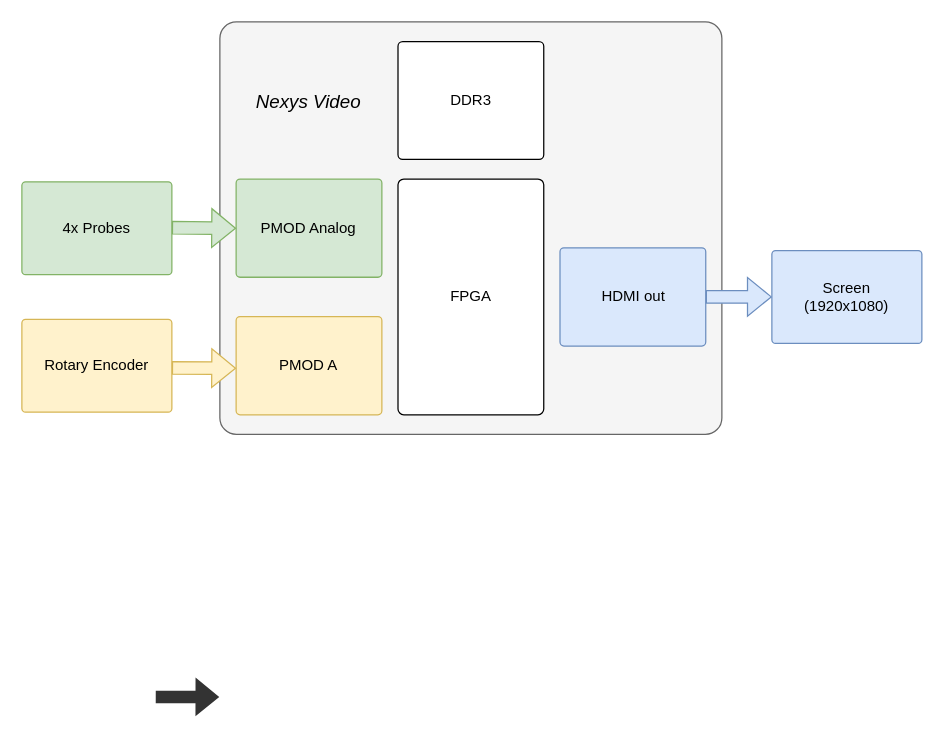
The draw.io diagram docs/general_diagram.drawio in Eleczoo/Quickscope, before the edit. Source tidied: cells renumbered, new cells numbered last; positions are measured from the earlier drawing's top-left corner, leaving out a move shared by most shapes. Both pictures are drawn from the tidied source at 125%, with x=0, y=0 at pixel (21, 21).
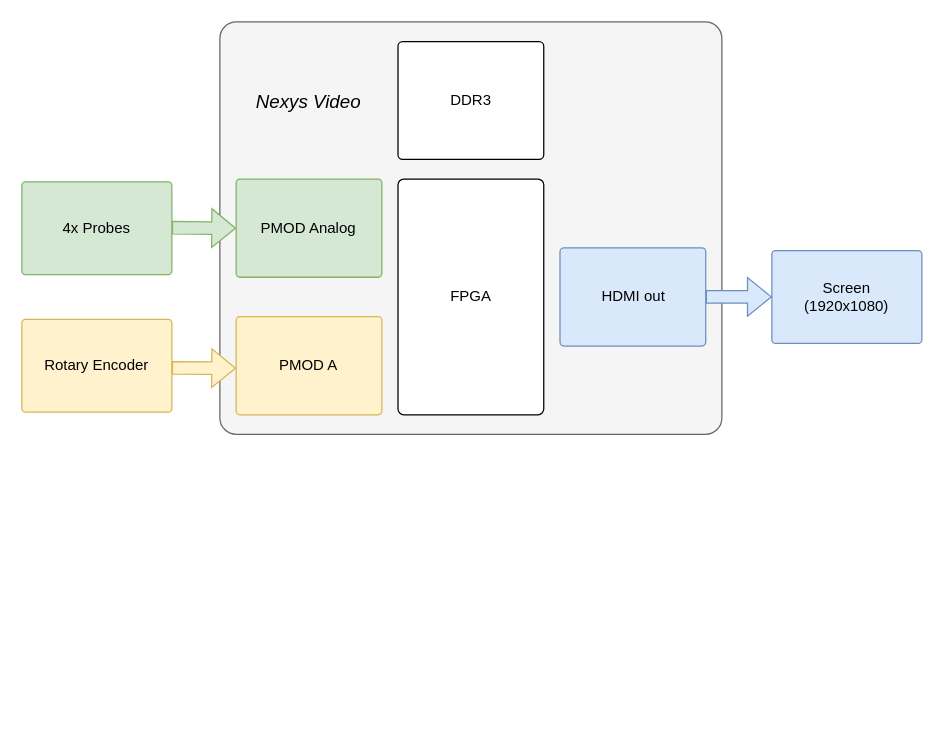
The same diagram, later.

Commit message (it also covers changes not shown here):
Fixed general schematic

The edit, as a diff of the source:
```diff
@@
 <mxGraphModel>
   <root>
     <mxCell id="0" />
     <mxCell id="1" parent="0" />
     <mxCell id="2" style="rounded=1;whiteSpace=wrap;html=1;arcSize=4;fillColor=#f5f5f5;fontColor=#333333;strokeColor=#666666;" parent="1" vertex="1">
       <mxGeometry x="158.4" width="401.6" height="330" as="geometry" />
     </mxCell>
     <mxCell id="3" value="FPGA" style="rounded=1;whiteSpace=wrap;html=1;arcSize=4;" parent="1" vertex="1">
       <mxGeometry x="300.9" y="125.7" width="116.6" height="188.6" as="geometry" />
     </mxCell>
     <mxCell id="4" value="PMOD Analog" style="rounded=1;whiteSpace=wrap;html=1;arcSize=4;fillColor=#d5e8d4;strokeColor=#82b366;" parent="1" vertex="1">
       <mxGeometry x="171.4" y="125.7" width="116.6" height="78.6" as="geometry" />
     </mxCell>
     <mxCell id="5" value="PMOD A" style="rounded=1;whiteSpace=wrap;html=1;arcSize=4;fillColor=#fff2cc;strokeColor=#d6b656;" parent="1" vertex="1">
       <mxGeometry x="171.4" y="235.7" width="116.6" height="78.6" as="geometry" />
     </mxCell>
     <mxCell id="6" value="HDMI out" style="rounded=1;whiteSpace=wrap;html=1;arcSize=4;fillColor=#dae8fc;strokeColor=#6c8ebf;" parent="1" vertex="1">
       <mxGeometry x="430.5" y="180.7" width="116.6" height="78.6" as="geometry" />
     </mxCell>
     <mxCell id="7" value="Nexys Video" style="rounded=0;whiteSpace=wrap;html=1;strokeColor=none;fillColor=none;fontSize=15;fontStyle=2;" parent="1" vertex="1">
       <mxGeometry x="158.4" width="142.5" height="125.7" as="geometry" />
     </mxCell>
     <mxCell id="8" value="DDR3" style="rounded=1;whiteSpace=wrap;html=1;arcSize=4;" parent="1" vertex="1">
       <mxGeometry x="300.9" y="15.7" width="116.6" height="94.3" as="geometry" />
     </mxCell>
     <mxCell id="9" value="Rotary Encoder" style="rounded=1;whiteSpace=wrap;html=1;arcSize=4;fillColor=#fff2cc;strokeColor=#d6b656;" parent="1" vertex="1">
       <mxGeometry y="237.9" width="120" height="74.3" as="geometry" />
     </mxCell>
-    <mxCell id="10" style="shape=flexArrow;endArrow=classic;html=1;rounded=0;fillColor=#333333;strokeColor=none;exitX=1;exitY=0.5;exitDx=0;exitDy=0;" parent="1" edge="1">
-      <mxGeometry relative="1" as="geometry">
-        <mxPoint x="106.6" y="540" as="sourcePoint" />
-        <mxPoint x="158.4" y="540.1" as="targetPoint" />
-      </mxGeometry>
-    </mxCell>
     <mxCell id="11" style="shape=flexArrow;endArrow=classic;html=1;rounded=0;fillColor=#fff2cc;strokeColor=#d6b656;entryX=0;entryY=0.5;entryDx=0;entryDy=0;" parent="1" edge="1">
       <mxGeometry relative="1" as="geometry">
         <mxPoint x="120" y="276.8" as="sourcePoint" />
         <mxPoint x="171.4" y="277.1" as="targetPoint" />
       </mxGeometry>
     </mxCell>
     <mxCell id="12" value="4x Probes" style="rounded=1;whiteSpace=wrap;html=1;arcSize=4;fillColor=#d5e8d4;strokeColor=#82b366;" parent="1" vertex="1">
       <mxGeometry y="127.9" width="120" height="74.3" as="geometry" />
     </mxCell>
     <mxCell id="13" style="shape=flexArrow;endArrow=classic;html=1;rounded=0;fillColor=#d5e8d4;strokeColor=#82b366;entryX=0;entryY=0.5;entryDx=0;entryDy=0;" parent="1" edge="1">
       <mxGeometry relative="1" as="geometry">
         <mxPoint x="120" y="164.7" as="sourcePoint" />
         <mxPoint x="171.4" y="165.1" as="targetPoint" />
       </mxGeometry>
     </mxCell>
     <mxCell id="14" value="Screen&lt;br&gt;(1920x1080)" style="rounded=1;whiteSpace=wrap;html=1;arcSize=4;fillColor=#dae8fc;strokeColor=#6c8ebf;" parent="1" vertex="1">
       <mxGeometry x="600" y="182.9" width="120" height="74.3" as="geometry" />
     </mxCell>
     <mxCell id="15" style="shape=flexArrow;endArrow=classic;html=1;rounded=0;fillColor=#dae8fc;strokeColor=#6c8ebf;entryX=0;entryY=0.5;entryDx=0;entryDy=0;exitX=1;exitY=0.5;exitDx=0;exitDy=0;" parent="1" edge="1" source="6">
       <mxGeometry relative="1" as="geometry">
         <mxPoint x="600" y="220" as="targetPoint" />
       </mxGeometry>
     </mxCell>
   </root>
 </mxGraphModel>
```
